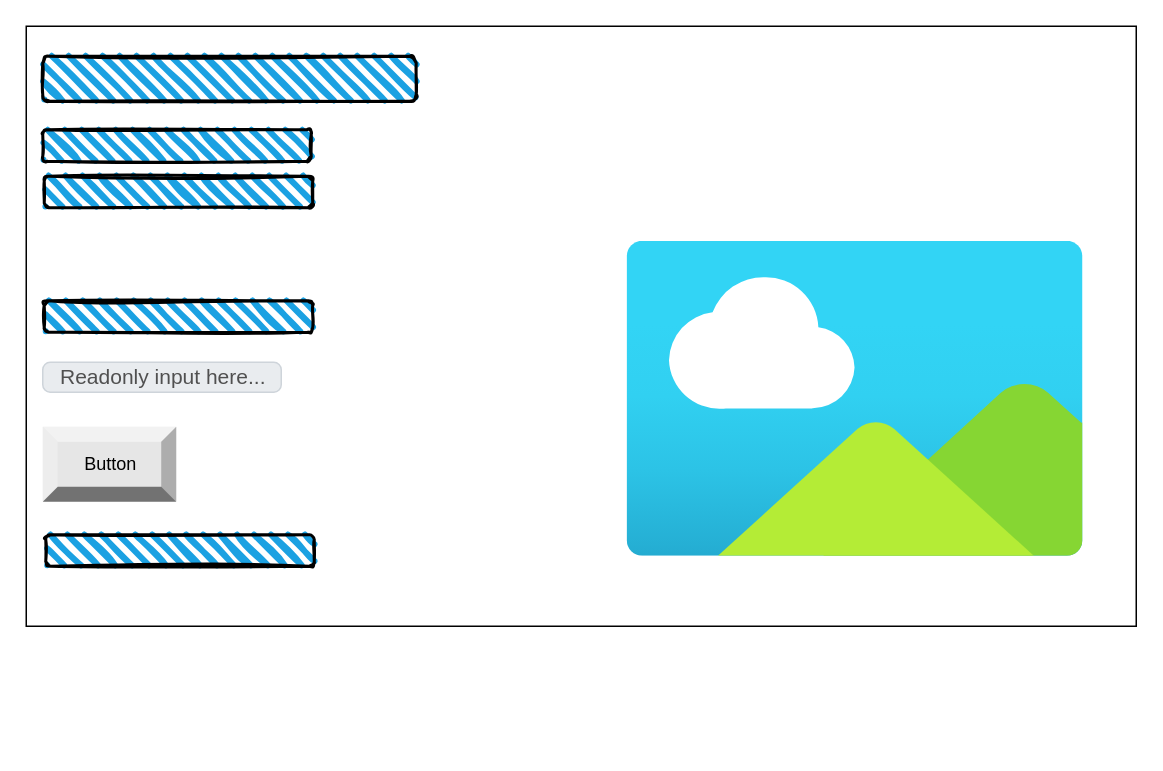
The draw.io diagram page "Page-2" (2 of 2) of design/story-board.drawio in ekaterina-chernykh/ICS20-Unit-5-07, before the edit. Source tidied: cells renumbered, new cells numbered last; positions are measured from the earlier drawing's top-left corner, leaving out a move shared by most shapes. Both pictures are drawn from the tidied source at 150%, with x=0, y=0 at pixel (26, 26).
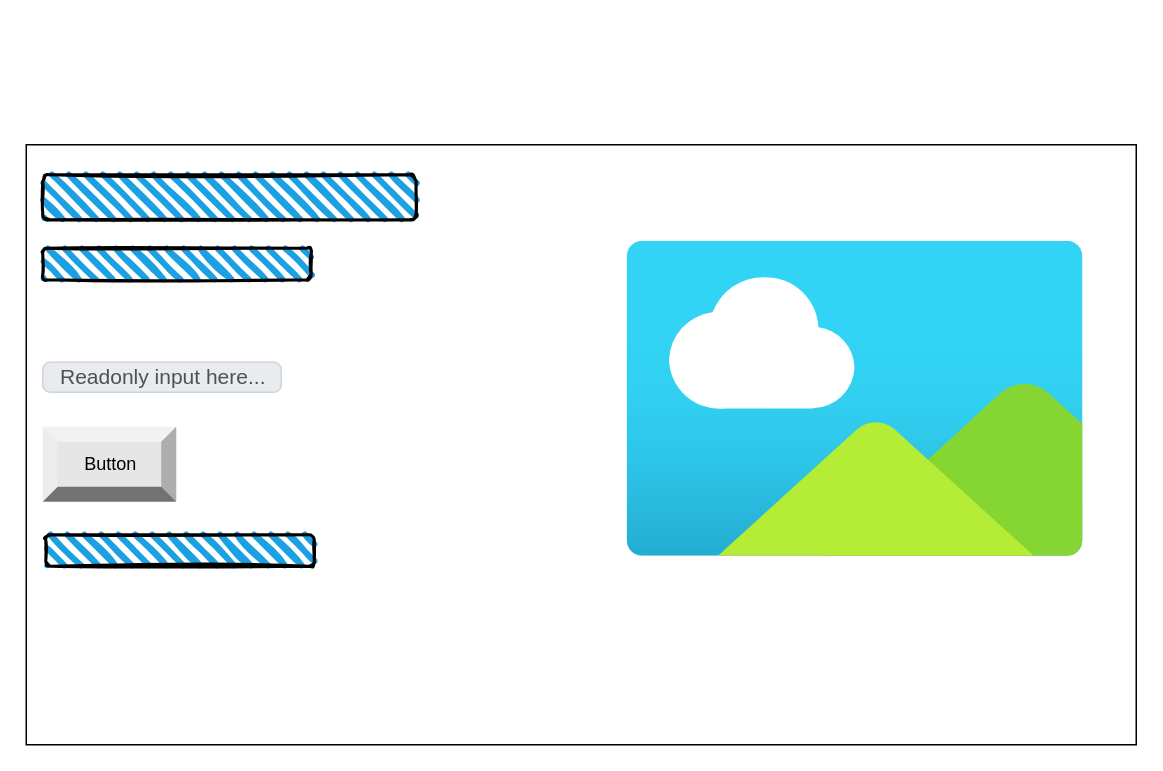
The same page after the edit.

The edit, as a diff of the source:
```diff
@@
 <mxGraphModel>
   <root>
     <mxCell id="0" />
     <mxCell id="1" parent="0" />
     <mxCell id="2" style="rounded=0;whiteSpace=wrap;html=1;" parent="1" vertex="1">
-      <mxGeometry width="740" height="400" as="geometry" />
+      <mxGeometry y="79" width="740" height="400" as="geometry" />
     </mxCell>
     <mxCell id="3" style="rounded=1;whiteSpace=wrap;html=1;strokeWidth=2;fillWeight=4;hachureGap=8;hachureAngle=45;fillColor=#1ba1e2;sketch=1;" parent="1" vertex="1">
-      <mxGeometry x="11" y="20" width="249" height="30" as="geometry" />
+      <mxGeometry x="11" y="99" width="249" height="30" as="geometry" />
     </mxCell>
-    <mxCell id="4" style="rounded=1;whiteSpace=wrap;html=1;strokeWidth=2;fillWeight=4;hachureGap=8;hachureAngle=45;fillColor=#1ba1e2;sketch=1;" parent="1" vertex="1">
-      <mxGeometry x="12" y="100" width="179" height="21" as="geometry" />
-    </mxCell>
     <mxCell id="5" style="rounded=1;whiteSpace=wrap;html=1;strokeWidth=2;fillWeight=4;hachureGap=8;hachureAngle=45;fillColor=#1ba1e2;sketch=1;" parent="1" vertex="1">
-      <mxGeometry x="11" y="69" width="179" height="21" as="geometry" />
+      <mxGeometry x="11" y="148" width="179" height="21" as="geometry" />
     </mxCell>
-    <mxCell id="6" style="rounded=1;whiteSpace=wrap;html=1;strokeWidth=2;fillWeight=4;hachureGap=8;hachureAngle=45;fillColor=#1ba1e2;sketch=1;" parent="1" vertex="1">
-      <mxGeometry x="12" y="183" width="179" height="21" as="geometry" />
-    </mxCell>
     <mxCell id="7" value="Readonly input here..." style="html=1;shadow=0;dashed=0;shape=mxgraph.bootstrap.rrect;rSize=5;strokeColor=#CED4DA;strokeWidth=1;fillColor=#E9ECEF;fontColor=#505050;whiteSpace=wrap;align=left;verticalAlign=middle;spacingLeft=10;fontSize=14;" parent="1" vertex="1">
       <mxGeometry x="11" y="224" width="159" height="20" as="geometry" />
     </mxCell>
     <mxCell id="8" value="Button" style="labelPosition=center;verticalLabelPosition=middle;align=center;html=1;shape=mxgraph.basic.shaded_button;dx=10;fillColor=#E6E6E6;strokeColor=none;" parent="1" vertex="1">
       <mxGeometry x="11" y="267" width="89" height="50" as="geometry" />
     </mxCell>
     <mxCell id="9" style="html=1;align=center;image;fontSize=12;image=img/lib/azure2/general/Image.svg;fillColor=#BA6D07;" parent="1" vertex="1">
       <mxGeometry x="400" y="143.5" width="305.4" height="210" as="geometry" />
     </mxCell>
     <mxCell id="10" style="rounded=1;whiteSpace=wrap;html=1;strokeWidth=2;fillWeight=4;hachureGap=8;hachureAngle=45;fillColor=#1ba1e2;sketch=1;" parent="1" vertex="1">
       <mxGeometry x="13" y="339" width="179" height="21" as="geometry" />
     </mxCell>
   </root>
 </mxGraphModel>
```
